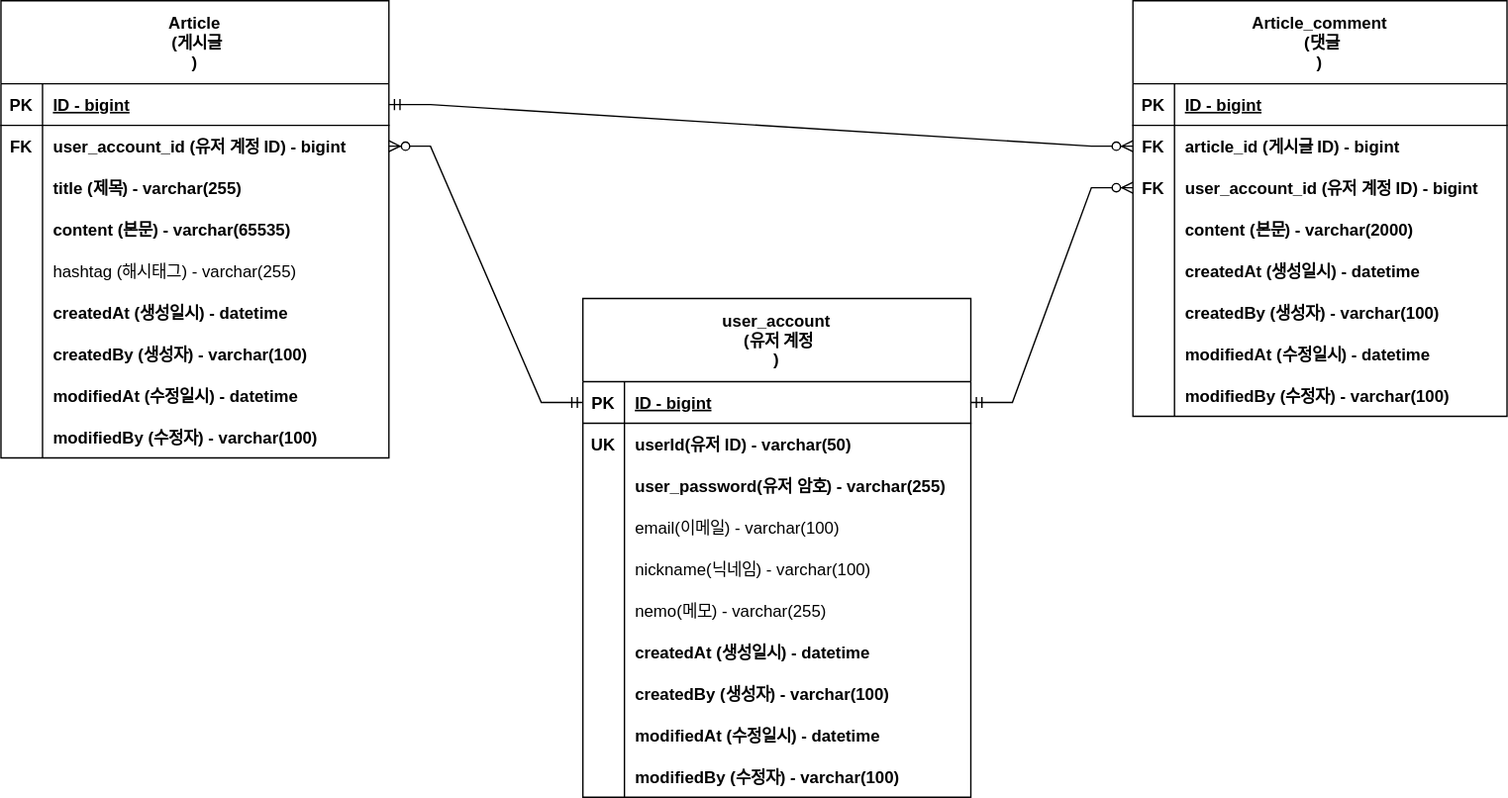
The draw.io diagram document/Board-Project-ERD.svg in Swacker3927/fastcampus-board-project, before a commit. Source tidied: cells renumbered, new cells last; positions are measured from the earlier drawing's top-left corner, leaving out a move shared by most shapes.
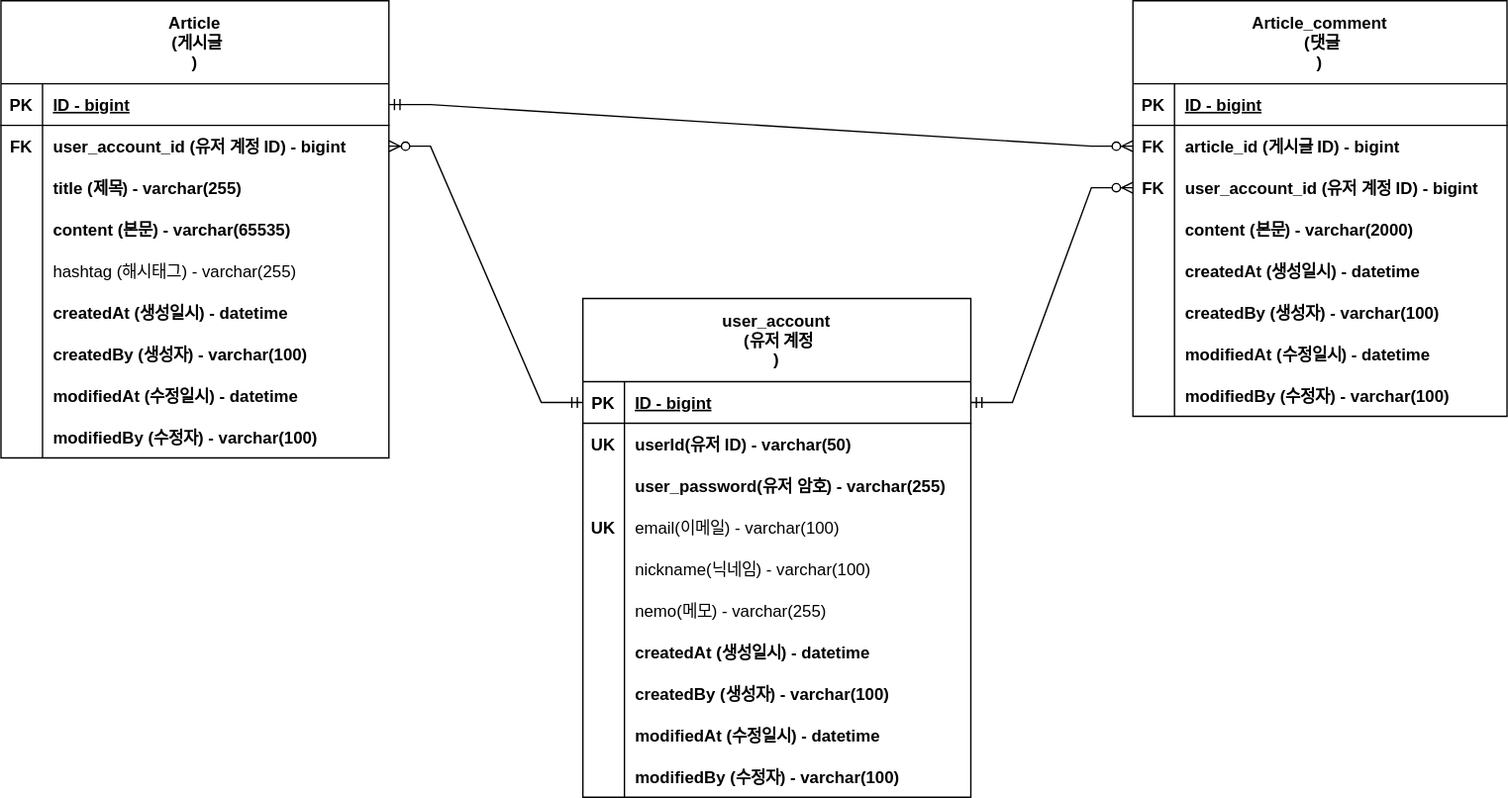
Later version of the same file.

Commit message:
#25 - ERD 업데이트: 회원 계정 도메인의 이메일에 유니크 키 추가

Diff of the diagram source:
```diff
@@ -194,7 +194,7 @@
     <mxCell id="65" style="shape=tableRow;horizontal=0;startSize=0;swimlaneHead=0;swimlaneBody=0;fillColor=none;top=0;left=0;right=0;bottom=0;" parent="55" vertex="1">
       <mxGeometry y="150" width="280" height="30" as="geometry" />
     </mxCell>
-    <mxCell id="66" style="shape=partialRectangle;fillColor=none;top=0;left=0;bottom=0;right=0;overflow=hidden;" parent="65" vertex="1">
+    <mxCell id="66" value="UK" style="shape=partialRectangle;fillColor=none;top=0;left=0;bottom=0;right=0;overflow=hidden;fontStyle=1;" parent="65" vertex="1">
       <mxGeometry width="30" height="30" as="geometry" />
     </mxCell>
     <mxCell id="67" value="email(이메일) - varchar(100)" style="shape=partialRectangle;fillColor=none;top=0;left=0;bottom=0;right=0;align=left;spacingLeft=6;overflow=hidden;fontStyle=0;" parent="65" vertex="1">
```
